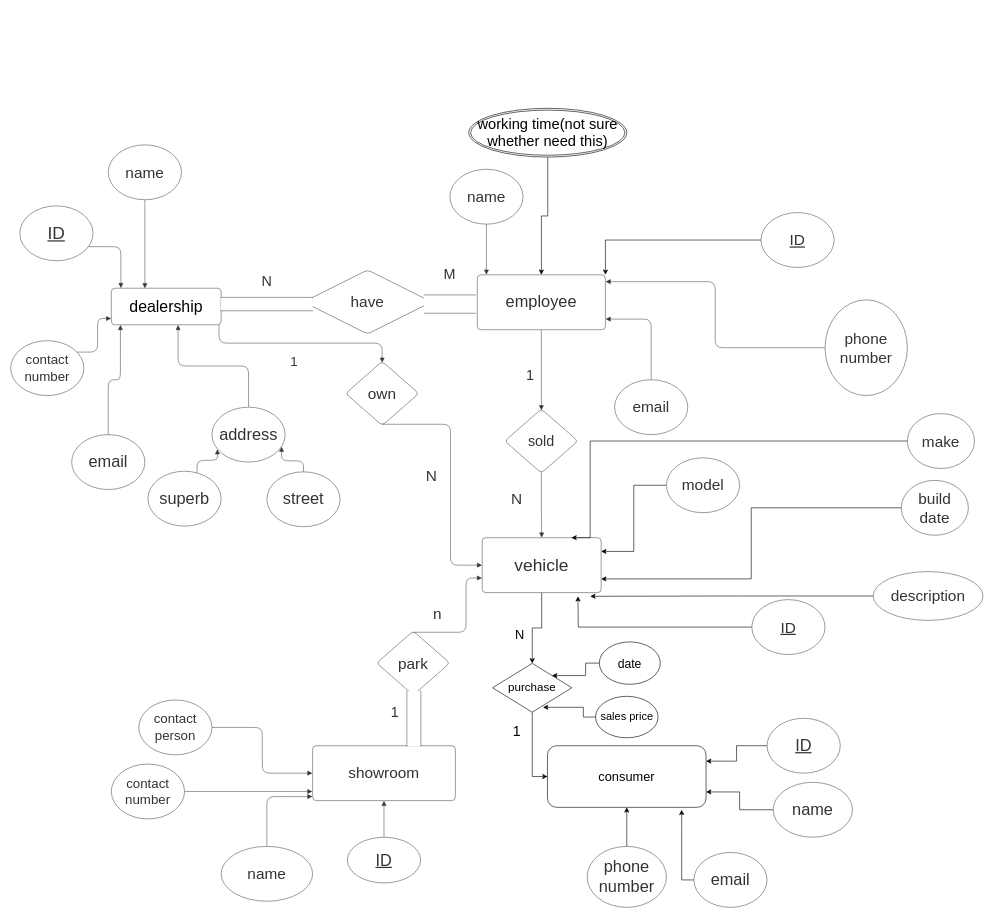
Earlier version of the draw.io diagram Untitled Diagram.drawio (bekon-official/COMP9311). Source tidied: cells renumbered, new cells numbered last; positions are measured from the earlier drawing's top-left corner, leaving out a move shared by most shapes. Both pictures are drawn from the tidied source at 61%, with x=0, y=0 at pixel (10, 108).
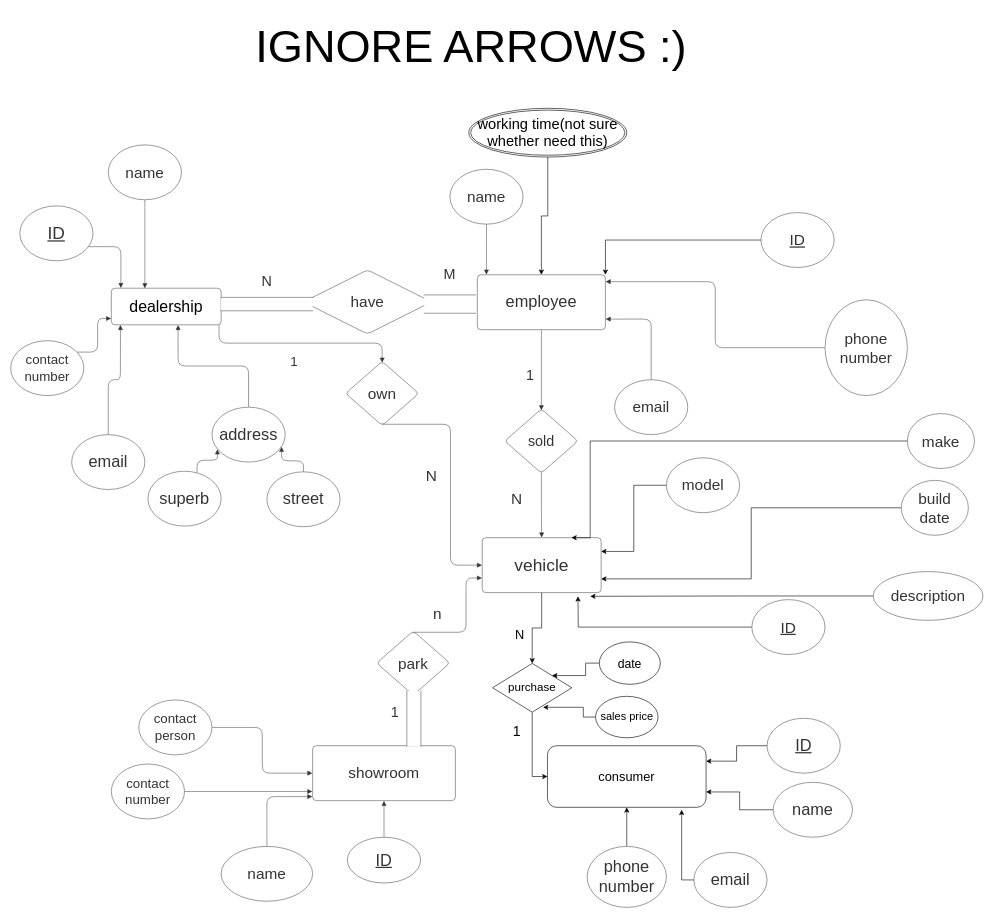
The same page after the edit.

What changed in the source:
```diff
@@
+    <mxCell id="86" value="&lt;font style=&quot;font-size: 74px&quot;&gt;IGNORE ARROWS :)&lt;/font&gt;" style="text;html=1;strokeColor=none;fillColor=none;align=center;verticalAlign=middle;whiteSpace=wrap;rounded=0;" parent="1" vertex="1">
+      <mxGeometry x="170" y="-160" width="1170" height="120" as="geometry" />
+    </mxCell>
```
